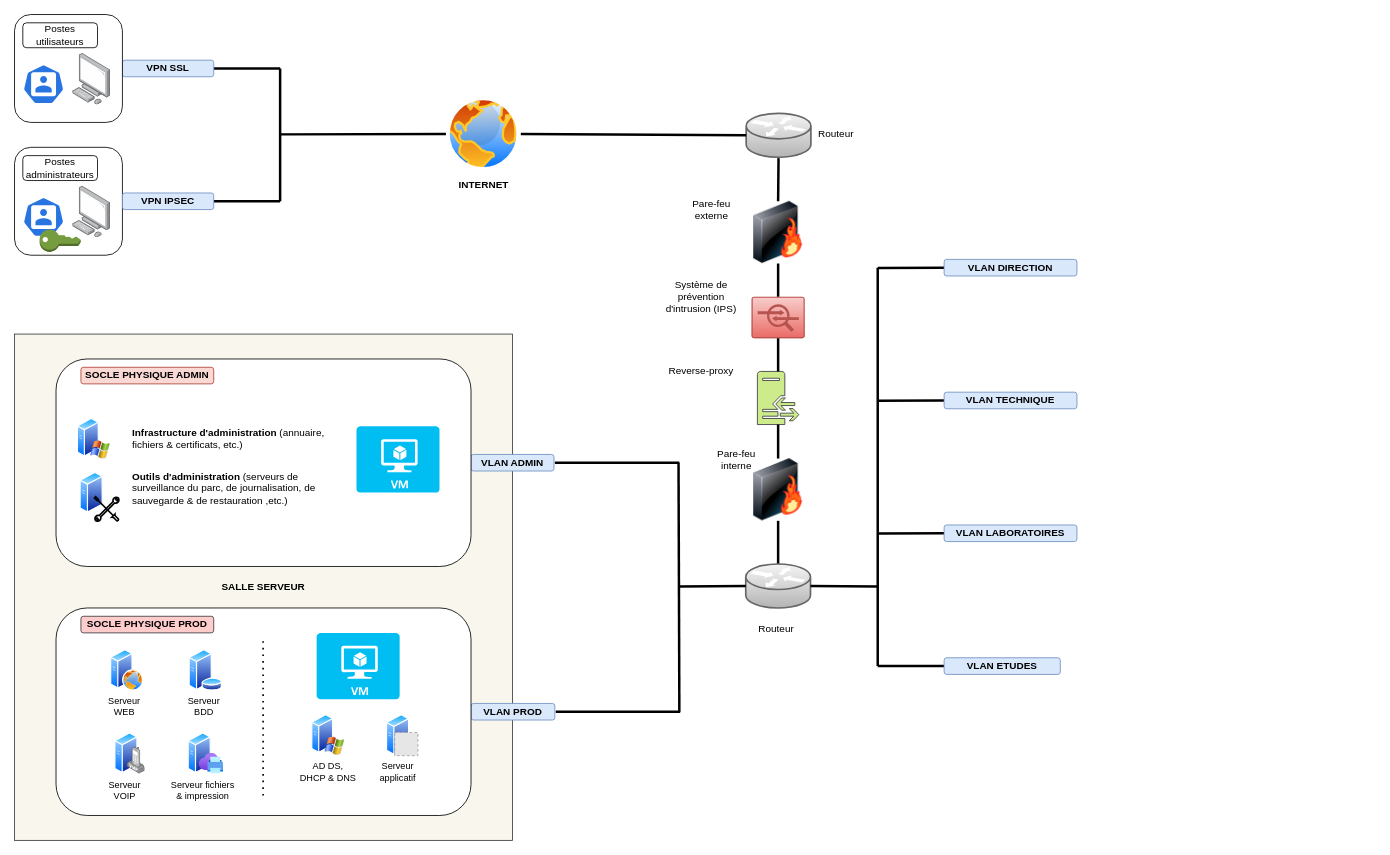
Above: p11.drawio in ecto-w/openclassrooms_ASR (draw.io), before the change. Source tidied: cells renumbered, new cells numbered last; positions are measured from the earlier drawing's top-left corner, leaving out a move shared by most shapes. Both pictures are drawn from the tidied source at 83%, with x=0, y=0 at pixel (14, 14). Pictures stored in the file or linked from it are replaced by grey dashed boxes.
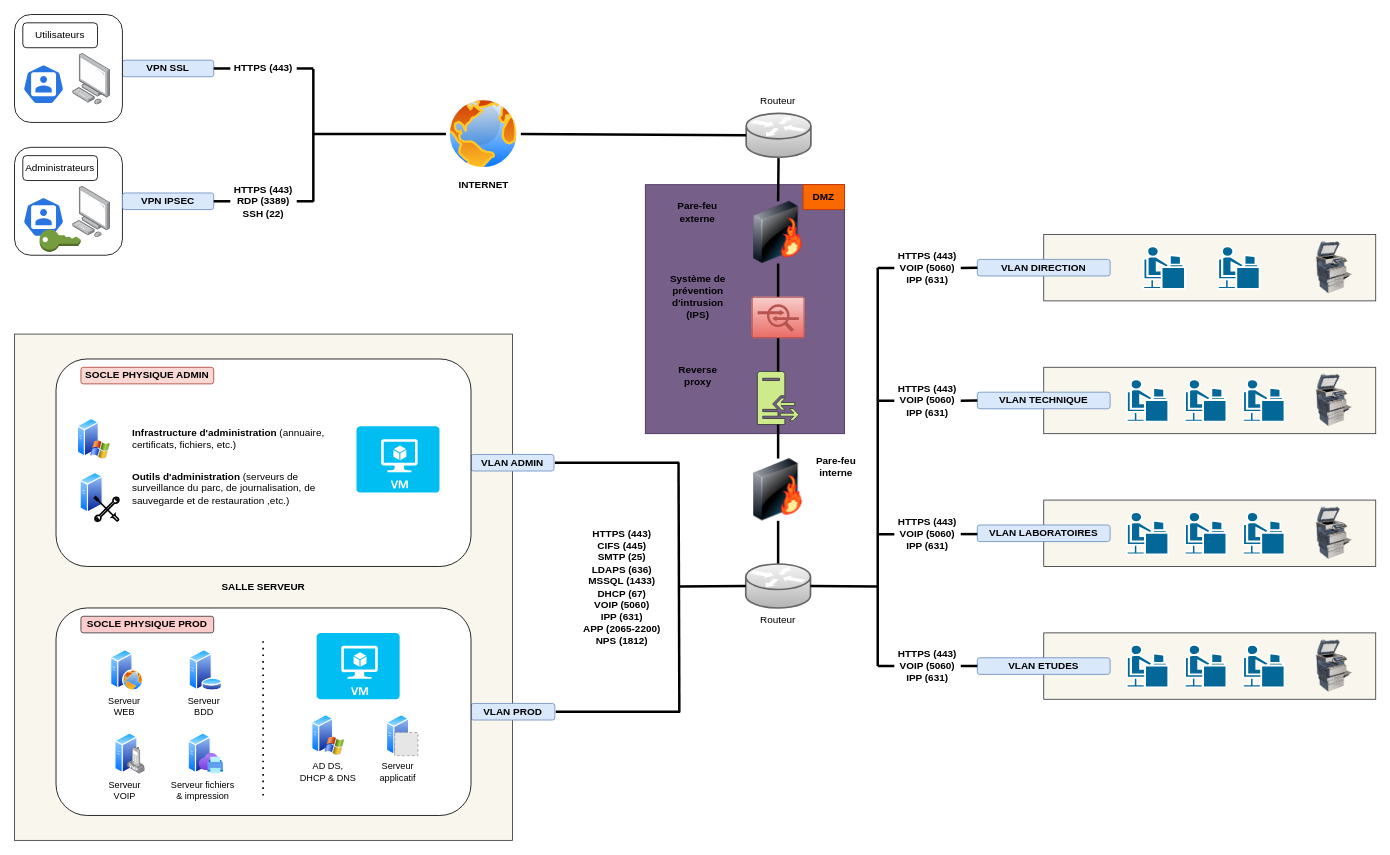
After the change.

Commit message (it also covers changes not shown here):
Mettre à jour p11.drawio

The change refers to these unchanged cells:
```xml
<mxCell id="9" value="&lt;b&gt;VPN SSL&lt;br&gt;&lt;/b&gt;" style="rounded=1;whiteSpace=wrap;html=1;shadow=0;glass=0;fillColor=#dae8fc;strokeColor=#6c8ebf;" parent="1" vertex="1">
  <mxGeometry x="130" y="55" width="110" height="20" as="geometry" />
</mxCell>
<mxCell id="10" value="&lt;p align=&quot;center&quot; style=&quot;line-height: 120%;&quot;&gt;&lt;/p&gt;&lt;div align=&quot;center&quot;&gt;&lt;b&gt;VPN IPSEC&lt;/b&gt;&lt;br&gt;&lt;/div&gt;&lt;p align=&quot;center&quot;&gt;&lt;/p&gt;" style="rounded=1;whiteSpace=wrap;html=1;shadow=0;glass=0;fillColor=#dae8fc;strokeColor=#6c8ebf;align=center;" parent="1" vertex="1">
  <mxGeometry x="130" y="215" width="110" height="20" as="geometry" />
</mxCell>
<mxCell id="13" value="&lt;b&gt;INTERNET&lt;/b&gt;" style="image;perimeter=ellipsePerimeter;html=1;align=center;shadow=0;dashed=0;spacingTop=3;image=img/lib/active_directory/internet_globe.svg;" parent="1" vertex="1">
  <mxGeometry x="520" y="99" width="90" height="90" as="geometry" />
</mxCell>
```

The edit, as a diff of the source:
```diff
@@
+    <mxCell id="89" style="rounded=0;whiteSpace=wrap;html=1;fillColor=#76608a;fontColor=#ffffff;strokeColor=#432D57;" parent="1" vertex="1">
+      <mxGeometry x="760" y="205" width="240" height="300" as="geometry" />
+    </mxCell>
+    <mxCell id="90" style="rounded=0;whiteSpace=wrap;html=1;shadow=0;glass=0;align=center;fillColor=#f9f7ed;strokeColor=#36393d;" parent="1" vertex="1">
+      <mxGeometry x="1240" y="745" width="400" height="80" as="geometry" />
+    </mxCell>
+    <mxCell id="91" style="rounded=0;whiteSpace=wrap;html=1;shadow=0;glass=0;align=center;fillColor=#f9f7ed;strokeColor=#36393d;" parent="1" vertex="1">
+      <mxGeometry x="1240" y="585" width="400" height="80" as="geometry" />
+    </mxCell>
+    <mxCell id="92" style="rounded=0;whiteSpace=wrap;html=1;shadow=0;glass=0;align=center;fillColor=#f9f7ed;strokeColor=#36393d;" parent="1" vertex="1">
+      <mxGeometry x="1240" y="425" width="400" height="80" as="geometry" />
+    </mxCell>
+    <mxCell id="93" style="rounded=0;whiteSpace=wrap;html=1;shadow=0;glass=0;align=center;fillColor=#f9f7ed;strokeColor=#36393d;" parent="1" vertex="1">
+      <mxGeometry x="1240" y="265" width="400" height="80" as="geometry" />
+    </mxCell>
@@
-    <mxCell id="6" value="Postes administrateurs" style="rounded=1;whiteSpace=wrap;html=1;" parent="1" vertex="1">
+    <mxCell id="6" value="Administrateurs" style="rounded=1;whiteSpace=wrap;html=1;" parent="1" vertex="1">
       <mxGeometry x="10" y="170" width="90" height="30" as="geometry" />
     </mxCell>
-    <mxCell id="7" style="endArrow=none;html=1;rounded=0;exitX=1;exitY=0.5;exitDx=0;exitDy=0;strokeWidth=3;" parent="1" edge="1" source="9">
+    <mxCell id="7" style="endArrow=none;html=1;rounded=0;exitX=1;exitY=0.5;exitDx=0;exitDy=0;strokeWidth=3;" parent="1" edge="1" source="110">
       <mxGeometry relative="1" as="geometry">
-        <mxPoint x="320" y="65" as="targetPoint" />
+        <mxPoint x="360" y="65" as="targetPoint" />
       </mxGeometry>
     </mxCell>
-    <mxCell id="8" style="endArrow=none;html=1;rounded=0;exitX=1;exitY=0.5;exitDx=0;exitDy=0;strokeWidth=3;jumpStyle=gap;" parent="1" edge="1" source="10">
+    <mxCell id="8" style="endArrow=none;html=1;rounded=0;exitX=1;exitY=0.5;exitDx=0;exitDy=0;strokeWidth=3;jumpStyle=gap;" parent="1" edge="1" source="112">
       <mxGeometry relative="1" as="geometry">
-        <mxPoint x="320" y="225" as="targetPoint" />
+        <mxPoint x="360" y="225" as="targetPoint" />
       </mxGeometry>
     </mxCell>
@@
     <mxCell id="11" style="endArrow=none;html=1;rounded=0;strokeWidth=3;" parent="1" edge="1">
       <mxGeometry relative="1" as="geometry">
-        <mxPoint x="320" y="225" as="sourcePoint" />
-        <mxPoint x="320" y="65" as="targetPoint" />
+        <mxPoint x="360" y="225.5" as="sourcePoint" />
+        <mxPoint x="360" y="65.5" as="targetPoint" />
       </mxGeometry>
     </mxCell>
     <mxCell id="12" style="endArrow=none;html=1;rounded=0;strokeWidth=3;entryX=0;entryY=0.5;entryDx=0;entryDy=0;" parent="1" edge="1" target="13">
       <mxGeometry relative="1" as="geometry">
-        <mxPoint x="320" y="144.4" as="sourcePoint" />
+        <mxPoint x="360" y="144" as="sourcePoint" />
       </mxGeometry>
     </mxCell>
@@
-    <mxCell id="35" value="Postes utilisateurs" style="rounded=1;whiteSpace=wrap;html=1;" parent="1" vertex="1">
+    <mxCell id="35" value="Utilisateurs" style="rounded=1;whiteSpace=wrap;html=1;" parent="1" vertex="1">
       <mxGeometry x="10" y="10" width="90" height="30" as="geometry" />
     </mxCell>
@@
-    <mxCell id="44" value="&lt;b&gt;Infrastructure d'administration&lt;/b&gt; (annuaire, fichiers &amp;amp; certificats, etc.)" style="text;html=1;strokeColor=none;fillColor=none;align=left;verticalAlign=middle;whiteSpace=wrap;rounded=0;fontStyle=0;" parent="1" vertex="1">
+    <mxCell id="44" value="&lt;b&gt;Infrastructure d'administration&lt;/b&gt; (annuaire, certificats, fichiers, etc.)" style="text;html=1;strokeColor=none;fillColor=none;align=left;verticalAlign=middle;whiteSpace=wrap;rounded=0;fontStyle=0;" parent="1" vertex="1">
       <mxGeometry x="140" y="498.5" width="250" height="25" as="geometry" />
     </mxCell>
-    <mxCell id="45" value="&lt;div&gt;&lt;b&gt;Outils d'administration&lt;/b&gt; (serveurs de surveillance du parc, de journalisation, de sauvegarde &amp;amp; de restauration ,etc.)&lt;br&gt;&lt;/div&gt;" style="text;html=1;strokeColor=none;fillColor=none;align=left;verticalAlign=middle;whiteSpace=wrap;rounded=0;fontStyle=0;" parent="1" vertex="1">
+    <mxCell id="45" value="&lt;div&gt;&lt;b&gt;Outils d'administration&lt;/b&gt; (serveurs de surveillance du parc, de journalisation, de sauvegarde et de restauration ,etc.)&lt;br&gt;&lt;/div&gt;" style="text;html=1;strokeColor=none;fillColor=none;align=left;verticalAlign=middle;whiteSpace=wrap;rounded=0;fontStyle=0;" parent="1" vertex="1">
       <mxGeometry x="140" y="541" width="250" height="60" as="geometry" />
     </mxCell>
@@
     <mxCell id="73" value="Routeur" style="text;html=1;strokeColor=none;fillColor=none;align=center;verticalAlign=middle;whiteSpace=wrap;rounded=0;" parent="1" vertex="1">
-      <mxGeometry x="959.5" y="129" width="60" height="30" as="geometry" />
+      <mxGeometry x="890" y="89" width="60" height="30" as="geometry" />
     </mxCell>
     <mxCell id="74" value="Routeur" style="text;html=1;strokeColor=none;fillColor=none;align=center;verticalAlign=middle;whiteSpace=wrap;rounded=0;" parent="1" vertex="1">
-      <mxGeometry x="888" y="725" width="60" height="30" as="geometry" />
+      <mxGeometry x="890" y="715" width="60" height="30" as="geometry" />
     </mxCell>
-    <mxCell id="75" value="Pare-feu interne" style="text;html=1;strokeColor=none;fillColor=none;align=center;verticalAlign=middle;whiteSpace=wrap;rounded=0;" parent="1" vertex="1">
-      <mxGeometry x="840" y="521" width="60" height="30" as="geometry" />
+    <mxCell id="75" value="Pare-feu interne" style="text;html=1;strokeColor=none;fillColor=none;align=center;verticalAlign=middle;whiteSpace=wrap;rounded=0;fontStyle=1;" parent="1" vertex="1">
+      <mxGeometry x="960" y="530" width="60" height="30" as="geometry" />
     </mxCell>
-    <mxCell id="76" value="Pare-feu externe" style="text;html=1;strokeColor=none;fillColor=none;align=center;verticalAlign=middle;whiteSpace=wrap;rounded=0;" parent="1" vertex="1">
-      <mxGeometry x="810" y="220" width="60" height="30" as="geometry" />
+    <mxCell id="76" value="Pare-feu externe" style="text;html=1;strokeColor=none;fillColor=none;align=center;verticalAlign=middle;whiteSpace=wrap;rounded=0;fontStyle=1;" parent="1" vertex="1">
+      <mxGeometry x="793" y="222.9" width="60" height="30" as="geometry" />
     </mxCell>
-    <mxCell id="77" value="Système de prévention d'intrusion (IPS)" style="text;html=1;strokeColor=none;fillColor=none;align=center;verticalAlign=middle;whiteSpace=wrap;rounded=0;" parent="1" vertex="1">
-      <mxGeometry x="782" y="325" width="90.5" height="30" as="geometry" />
+    <mxCell id="77" value="Système de prévention d'intrusion (IPS)" style="text;html=1;strokeColor=none;fillColor=none;align=center;verticalAlign=middle;whiteSpace=wrap;rounded=0;fontStyle=1;" parent="1" vertex="1">
+      <mxGeometry x="777.8" y="305" width="90.5" height="70" as="geometry" />
     </mxCell>
-    <mxCell id="78" value="Reverse-proxy" style="text;html=1;strokeColor=none;fillColor=none;align=center;verticalAlign=middle;whiteSpace=wrap;rounded=0;" parent="1" vertex="1">
-      <mxGeometry x="782" y="415" width="90.5" height="30" as="geometry" />
+    <mxCell id="78" value="&lt;div&gt;Reverse&lt;/div&gt;&lt;div&gt;proxy&lt;/div&gt;" style="text;html=1;strokeColor=none;fillColor=none;align=center;verticalAlign=middle;whiteSpace=wrap;rounded=0;fontStyle=1;" parent="1" vertex="1">
+      <mxGeometry x="793" y="417.2" width="60.5" height="35.5" as="geometry" />
     </mxCell>
@@
-    <mxCell id="80" style="endArrow=none;html=1;rounded=0;exitX=1;exitY=0.5;exitDx=0;exitDy=0;strokeWidth=3;jumpStyle=gap;entryX=0;entryY=0.5;entryDx=0;entryDy=0;" parent="1" edge="1" target="85">
+    <mxCell id="80" style="endArrow=none;html=1;rounded=0;exitX=1;exitY=0.5;exitDx=0;exitDy=0;strokeWidth=3;jumpStyle=gap;entryX=0;entryY=0.5;entryDx=0;entryDy=0;" parent="1" edge="1" target="114">
       <mxGeometry relative="1" as="geometry">
         <mxPoint x="1040" y="305.3" as="sourcePoint" />
       </mxGeometry>
     </mxCell>
@@
-    <mxCell id="82" style="endArrow=none;html=1;rounded=0;exitX=1;exitY=0.5;exitDx=0;exitDy=0;strokeWidth=3;jumpStyle=gap;entryX=0;entryY=0.5;entryDx=0;entryDy=0;" parent="1" edge="1" target="86">
-      <mxGeometry relative="1" as="geometry">
-        <mxPoint x="1040" y="465.3" as="sourcePoint" />
-      </mxGeometry>
-    </mxCell>
-    <mxCell id="83" style="endArrow=none;html=1;rounded=0;exitX=1;exitY=0.5;exitDx=0;exitDy=0;strokeWidth=3;jumpStyle=gap;entryX=0;entryY=0.5;entryDx=0;entryDy=0;" parent="1" edge="1" target="87">
-      <mxGeometry relative="1" as="geometry">
-        <mxPoint x="1040" y="625.3" as="sourcePoint" />
-      </mxGeometry>
-    </mxCell>
-    <mxCell id="84" style="endArrow=none;html=1;rounded=0;exitX=1;exitY=0.5;exitDx=0;exitDy=0;strokeWidth=3;jumpStyle=gap;entryX=0;entryY=0.5;entryDx=0;entryDy=0;" parent="1" edge="1" target="88">
-      <mxGeometry relative="1" as="geometry">
-        <mxPoint x="1040" y="784.8" as="sourcePoint" />
-      </mxGeometry>
-    </mxCell>
     <mxCell id="85" value="VLAN DIRECTION" style="rounded=1;whiteSpace=wrap;html=1;shadow=0;glass=0;fillColor=#dae8fc;strokeColor=#6c8ebf;align=center;fontStyle=1;" parent="1" vertex="1">
-      <mxGeometry x="1120" y="295" width="160" height="20" as="geometry" />
+      <mxGeometry x="1160" y="295" width="160" height="20" as="geometry" />
     </mxCell>
     <mxCell id="86" value="VLAN TECHNIQUE" style="rounded=1;whiteSpace=wrap;html=1;shadow=0;glass=0;fillColor=#dae8fc;strokeColor=#6c8ebf;align=center;fontStyle=1;" parent="1" vertex="1">
-      <mxGeometry x="1120" y="455" width="160" height="20" as="geometry" />
+      <mxGeometry x="1160" y="455" width="160" height="20" as="geometry" />
     </mxCell>
     <mxCell id="87" value="VLAN LABORATOIRES" style="rounded=1;whiteSpace=wrap;html=1;shadow=0;glass=0;fillColor=#dae8fc;strokeColor=#6c8ebf;align=center;fontStyle=1;" parent="1" vertex="1">
-      <mxGeometry x="1120" y="615" width="160" height="20" as="geometry" />
+      <mxGeometry x="1160" y="615" width="160" height="20" as="geometry" />
     </mxCell>
     <mxCell id="88" value="VLAN ETUDES" style="rounded=1;whiteSpace=wrap;html=1;shadow=0;glass=0;fillColor=#dae8fc;strokeColor=#6c8ebf;align=center;fontStyle=1;" parent="1" vertex="1">
-      <mxGeometry x="1120" y="775" width="140" height="20" as="geometry" />
+      <mxGeometry x="1160" y="775" width="160" height="20" as="geometry" />
     </mxCell>
+    <mxCell id="94" style="shape=mxgraph.cisco.people.androgenous_person;sketch=0;html=1;dashed=0;fillColor=#036897;strokeColor=#ffffff;strokeWidth=2;verticalLabelPosition=bottom;verticalAlign=top;align=center;" parent="1" vertex="1">
+      <mxGeometry x="1360" y="279.5" width="50" height="51" as="geometry" />
+    </mxCell>
+    <mxCell id="95" style="shape=mxgraph.cisco.people.androgenous_person;sketch=0;html=1;dashed=0;fillColor=#036897;strokeColor=#ffffff;strokeWidth=2;verticalLabelPosition=bottom;verticalAlign=top;align=center;" parent="1" vertex="1">
+      <mxGeometry x="1450" y="279.5" width="50" height="51" as="geometry" />
+    </mxCell>
+    <mxCell id="96" style="shape=mxgraph.cisco.people.androgenous_person;sketch=0;html=1;dashed=0;fillColor=#036897;strokeColor=#ffffff;strokeWidth=2;verticalLabelPosition=bottom;verticalAlign=top;align=center;" parent="1" vertex="1">
+      <mxGeometry x="1340" y="439.5" width="50" height="51" as="geometry" />
+    </mxCell>
+    <mxCell id="97" style="shape=mxgraph.cisco.people.androgenous_person;sketch=0;html=1;dashed=0;fillColor=#036897;strokeColor=#ffffff;strokeWidth=2;verticalLabelPosition=bottom;verticalAlign=top;align=center;" parent="1" vertex="1">
+      <mxGeometry x="1410" y="439.5" width="50" height="51" as="geometry" />
+    </mxCell>
+    <mxCell id="98" style="shape=mxgraph.cisco.people.androgenous_person;sketch=0;html=1;dashed=0;fillColor=#036897;strokeColor=#ffffff;strokeWidth=2;verticalLabelPosition=bottom;verticalAlign=top;align=center;" parent="1" vertex="1">
+      <mxGeometry x="1480" y="439.5" width="50" height="51" as="geometry" />
+    </mxCell>
+    <mxCell id="99" style="shape=mxgraph.cisco.people.androgenous_person;sketch=0;html=1;dashed=0;fillColor=#036897;strokeColor=#ffffff;strokeWidth=2;verticalLabelPosition=bottom;verticalAlign=top;align=center;" parent="1" vertex="1">
+      <mxGeometry x="1340" y="599.5" width="50" height="51" as="geometry" />
+    </mxCell>
+    <mxCell id="100" style="shape=mxgraph.cisco.people.androgenous_person;sketch=0;html=1;dashed=0;fillColor=#036897;strokeColor=#ffffff;strokeWidth=2;verticalLabelPosition=bottom;verticalAlign=top;align=center;" parent="1" vertex="1">
+      <mxGeometry x="1410" y="599.5" width="50" height="51" as="geometry" />
+    </mxCell>
+    <mxCell id="101" style="shape=mxgraph.cisco.people.androgenous_person;sketch=0;html=1;dashed=0;fillColor=#036897;strokeColor=#ffffff;strokeWidth=2;verticalLabelPosition=bottom;verticalAlign=top;align=center;" parent="1" vertex="1">
+      <mxGeometry x="1480" y="599.5" width="50" height="51" as="geometry" />
+    </mxCell>
+    <mxCell id="102" style="shape=mxgraph.cisco.people.androgenous_person;sketch=0;html=1;dashed=0;fillColor=#036897;strokeColor=#ffffff;strokeWidth=2;verticalLabelPosition=bottom;verticalAlign=top;align=center;" parent="1" vertex="1">
+      <mxGeometry x="1340" y="759.5" width="50" height="51" as="geometry" />
+    </mxCell>
+    <mxCell id="103" style="shape=mxgraph.cisco.people.androgenous_person;sketch=0;html=1;dashed=0;fillColor=#036897;strokeColor=#ffffff;strokeWidth=2;verticalLabelPosition=bottom;verticalAlign=top;align=center;" parent="1" vertex="1">
+      <mxGeometry x="1410" y="759.5" width="50" height="51" as="geometry" />
+    </mxCell>
+    <mxCell id="104" style="shape=mxgraph.cisco.people.androgenous_person;sketch=0;html=1;dashed=0;fillColor=#036897;strokeColor=#ffffff;strokeWidth=2;verticalLabelPosition=bottom;verticalAlign=top;align=center;" parent="1" vertex="1">
+      <mxGeometry x="1480" y="759.5" width="50" height="51" as="geometry" />
+    </mxCell>
+    <mxCell id="105" style="image;html=1;image=img/lib/clip_art/computers/Printer_Commercial_128x128.png;" parent="1" vertex="1">
+      <mxGeometry x="1560" y="273.5" width="60" height="63" as="geometry" />
+    </mxCell>
+    <mxCell id="106" style="image;html=1;image=img/lib/clip_art/computers/Printer_Commercial_128x128.png;" parent="1" vertex="1">
+      <mxGeometry x="1560" y="433.5" width="60" height="63" as="geometry" />
+    </mxCell>
+    <mxCell id="107" style="image;html=1;image=img/lib/clip_art/computers/Printer_Commercial_128x128.png;" parent="1" vertex="1">
+      <mxGeometry x="1560" y="593.5" width="60" height="63" as="geometry" />
+    </mxCell>
+    <mxCell id="108" style="image;html=1;image=img/lib/clip_art/computers/Printer_Commercial_128x128.png;" parent="1" vertex="1">
+      <mxGeometry x="1560" y="753.5" width="60" height="63" as="geometry" />
+    </mxCell>
+    <mxCell id="109" style="endArrow=none;html=1;rounded=0;exitX=1;exitY=0.5;exitDx=0;exitDy=0;strokeWidth=3;" parent="1" edge="1" source="9" target="110">
+      <mxGeometry relative="1" as="geometry" />
+    </mxCell>
+    <mxCell id="110" value="HTTPS (443)" style="text;html=1;strokeColor=none;fillColor=none;align=center;verticalAlign=middle;whiteSpace=wrap;rounded=0;fontStyle=1;" parent="1" vertex="1">
+      <mxGeometry x="260" y="57.5" width="80" height="15" as="geometry" />
+    </mxCell>
+    <mxCell id="111" style="endArrow=none;html=1;rounded=0;exitX=1;exitY=0.5;exitDx=0;exitDy=0;strokeWidth=3;jumpStyle=gap;" parent="1" edge="1" source="10" target="112">
+      <mxGeometry relative="1" as="geometry" />
+    </mxCell>
+    <mxCell id="112" value="HTTPS (443)&lt;br&gt;RDP (3389)&lt;br&gt;&lt;div&gt;SSH (22)&lt;br&gt;&lt;/div&gt;" style="text;html=1;strokeColor=none;fillColor=none;align=center;verticalAlign=middle;whiteSpace=wrap;rounded=0;fontStyle=1;" parent="1" vertex="1">
+      <mxGeometry x="260" y="200" width="80" height="50" as="geometry" />
+    </mxCell>
+    <mxCell id="113" value="HTTPS (443)&lt;br style=&quot;font-size: 12px;&quot;&gt;&lt;div style=&quot;font-size: 12px;&quot;&gt;CIFS (445)&lt;br style=&quot;font-size: 12px;&quot;&gt;SMTP (25)&lt;br style=&quot;font-size: 12px;&quot;&gt;LDAPS (636)&lt;/div&gt;&lt;div style=&quot;font-size: 12px;&quot;&gt;MSSQL (1433)&lt;/div&gt;&lt;div style=&quot;font-size: 12px;&quot;&gt;DHCP (67)&lt;br style=&quot;font-size: 12px;&quot;&gt;&lt;/div&gt;&lt;div style=&quot;font-size: 12px;&quot;&gt;VOIP (5060)&lt;br style=&quot;font-size: 12px;&quot;&gt;&lt;/div&gt;&lt;div style=&quot;font-size: 12px;&quot;&gt;IPP (631)&lt;/div&gt;&lt;div style=&quot;font-size: 12px;&quot;&gt;APP (2065-2200)&lt;/div&gt;&lt;div style=&quot;font-size: 12px;&quot;&gt;NPS (1812)&lt;br style=&quot;font-size: 12px;&quot;&gt;&lt;/div&gt;" style="text;html=1;strokeColor=none;fillColor=none;align=center;verticalAlign=middle;whiteSpace=wrap;rounded=0;fontStyle=1;fontSize=12;" parent="1" vertex="1">
+      <mxGeometry x="682" y="622.2" width="100" height="135.5" as="geometry" />
+    </mxCell>
+    <mxCell id="114" value="HTTPS (443)&lt;br style=&quot;font-size: 12px;&quot;&gt;&lt;div style=&quot;font-size: 12px;&quot;&gt;VOIP (5060)&lt;/div&gt;&lt;div style=&quot;font-size: 12px;&quot;&gt;IPP (631)&lt;/div&gt;" style="text;html=1;strokeColor=none;fillColor=none;align=center;verticalAlign=middle;whiteSpace=wrap;rounded=0;fontStyle=1;fontSize=12;" parent="1" vertex="1">
+      <mxGeometry x="1060" y="280" width="80" height="50.5" as="geometry" />
+    </mxCell>
+    <mxCell id="115" style="endArrow=none;html=1;rounded=0;exitX=0;exitY=0.5;exitDx=0;exitDy=0;strokeWidth=3;jumpStyle=gap;entryX=1;entryY=0.5;entryDx=0;entryDy=0;" parent="1" edge="1" source="85" target="114">
+      <mxGeometry relative="1" as="geometry" />
+    </mxCell>
+    <mxCell id="116" style="endArrow=none;html=1;rounded=0;exitX=1;exitY=0.5;exitDx=0;exitDy=0;strokeWidth=3;jumpStyle=gap;entryX=0;entryY=0.5;entryDx=0;entryDy=0;" parent="1" edge="1" target="117">
+      <mxGeometry relative="1" as="geometry">
+        <mxPoint x="1040" y="465.3" as="sourcePoint" />
+      </mxGeometry>
+    </mxCell>
+    <mxCell id="117" value="HTTPS (443)&lt;br style=&quot;font-size: 12px;&quot;&gt;&lt;div style=&quot;font-size: 12px;&quot;&gt;VOIP (5060)&lt;/div&gt;&lt;div style=&quot;font-size: 12px;&quot;&gt;IPP (631)&lt;/div&gt;" style="text;html=1;strokeColor=none;fillColor=none;align=center;verticalAlign=middle;whiteSpace=wrap;rounded=0;fontStyle=1;fontSize=12;" parent="1" vertex="1">
+      <mxGeometry x="1060" y="440" width="80" height="50.5" as="geometry" />
+    </mxCell>
+    <mxCell id="118" style="endArrow=none;html=1;rounded=0;exitX=0;exitY=0.5;exitDx=0;exitDy=0;strokeWidth=3;jumpStyle=gap;entryX=1;entryY=0.5;entryDx=0;entryDy=0;" parent="1" edge="1" target="117">
+      <mxGeometry relative="1" as="geometry">
+        <mxPoint x="1160" y="465" as="sourcePoint" />
+      </mxGeometry>
+    </mxCell>
+    <mxCell id="119" style="endArrow=none;html=1;rounded=0;exitX=1;exitY=0.5;exitDx=0;exitDy=0;strokeWidth=3;jumpStyle=gap;entryX=0;entryY=0.5;entryDx=0;entryDy=0;" parent="1" edge="1" target="120">
+      <mxGeometry relative="1" as="geometry">
+        <mxPoint x="1040" y="626.3" as="sourcePoint" />
+      </mxGeometry>
+    </mxCell>
+    <mxCell id="120" value="HTTPS (443)&lt;br style=&quot;font-size: 12px;&quot;&gt;&lt;div style=&quot;font-size: 12px;&quot;&gt;VOIP (5060)&lt;/div&gt;&lt;div style=&quot;font-size: 12px;&quot;&gt;IPP (631)&lt;/div&gt;" style="text;html=1;strokeColor=none;fillColor=none;align=center;verticalAlign=middle;whiteSpace=wrap;rounded=0;fontStyle=1;fontSize=12;" parent="1" vertex="1">
+      <mxGeometry x="1060" y="601" width="80" height="50.5" as="geometry" />
+    </mxCell>
+    <mxCell id="121" style="endArrow=none;html=1;rounded=0;exitX=0;exitY=0.5;exitDx=0;exitDy=0;strokeWidth=3;jumpStyle=gap;" parent="1" edge="1">
+      <mxGeometry relative="1" as="geometry">
+        <mxPoint x="1160" y="626" as="sourcePoint" />
+        <mxPoint x="1140" y="626" as="targetPoint" />
+      </mxGeometry>
+    </mxCell>
+    <mxCell id="122" style="endArrow=none;html=1;rounded=0;exitX=1;exitY=0.5;exitDx=0;exitDy=0;strokeWidth=3;jumpStyle=gap;entryX=0;entryY=0.5;entryDx=0;entryDy=0;" parent="1" edge="1" target="123">
+      <mxGeometry relative="1" as="geometry">
+        <mxPoint x="1040" y="785" as="sourcePoint" />
+      </mxGeometry>
+    </mxCell>
+    <mxCell id="123" value="HTTPS (443)&lt;br style=&quot;font-size: 12px;&quot;&gt;&lt;div style=&quot;font-size: 12px;&quot;&gt;VOIP (5060)&lt;/div&gt;&lt;div style=&quot;font-size: 12px;&quot;&gt;IPP (631)&lt;/div&gt;" style="text;html=1;strokeColor=none;fillColor=none;align=center;verticalAlign=middle;whiteSpace=wrap;rounded=0;fontStyle=1;fontSize=12;" parent="1" vertex="1">
+      <mxGeometry x="1060" y="759.8" width="80" height="50.5" as="geometry" />
+    </mxCell>
+    <mxCell id="124" style="endArrow=none;html=1;rounded=0;exitX=0;exitY=0.5;exitDx=0;exitDy=0;strokeWidth=3;jumpStyle=gap;entryX=1;entryY=0.5;entryDx=0;entryDy=0;" parent="1" edge="1" target="123">
+      <mxGeometry relative="1" as="geometry">
+        <mxPoint x="1160" y="784.8" as="sourcePoint" />
+      </mxGeometry>
+    </mxCell>
+    <mxCell id="125" value="&lt;div&gt;DMZ&lt;/div&gt;" style="text;html=1;strokeColor=#C73500;fillColor=#fa6800;align=center;verticalAlign=middle;whiteSpace=wrap;rounded=0;fontStyle=1;fontColor=#000000;" parent="1" vertex="1">
+      <mxGeometry x="950" y="205" width="50" height="30" as="geometry" />
+    </mxCell>
```
